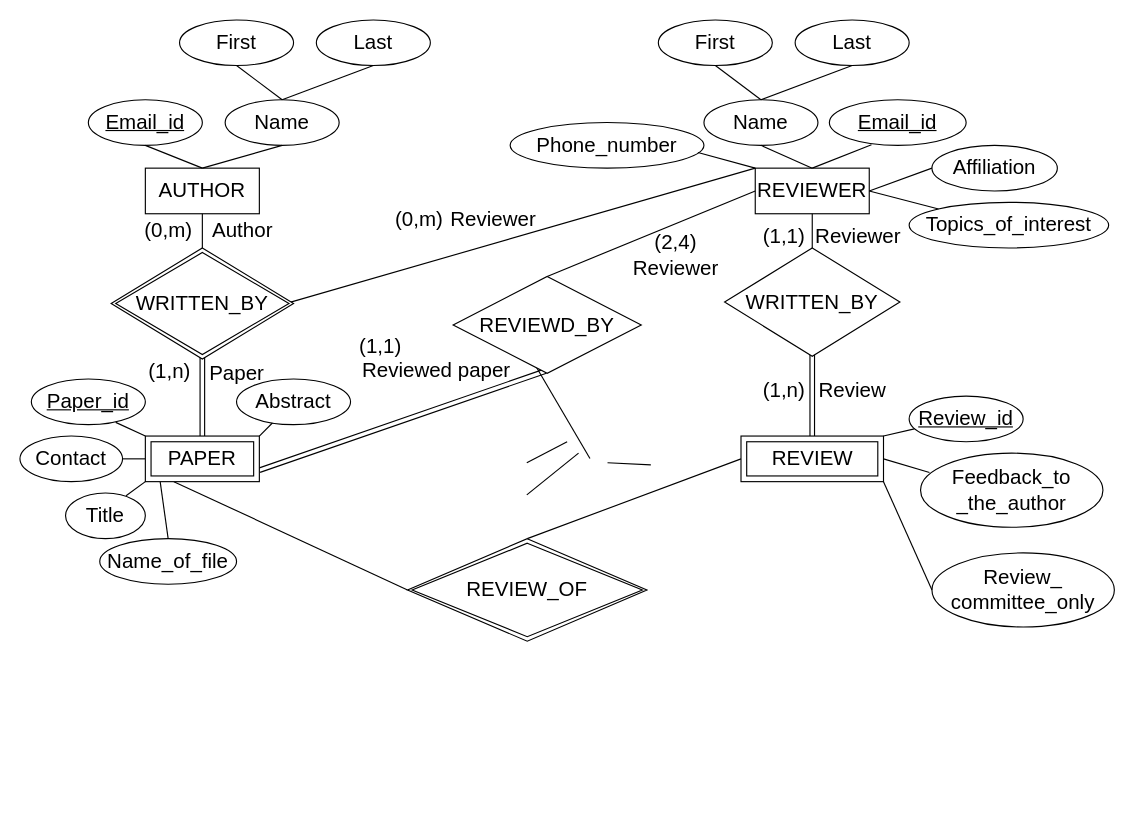
This is Untitled Diagram.drawio from BENHAN94/CONFERENCE_REVIEW, a draw.io file, before an edit. Source tidied: cells renumbered, new cells numbered last; positions are measured from the earlier drawing's top-left corner, leaving out a move shared by most shapes. Both pictures are drawn from the tidied source at 114%, with x=0, y=0 at pixel (19, 19).
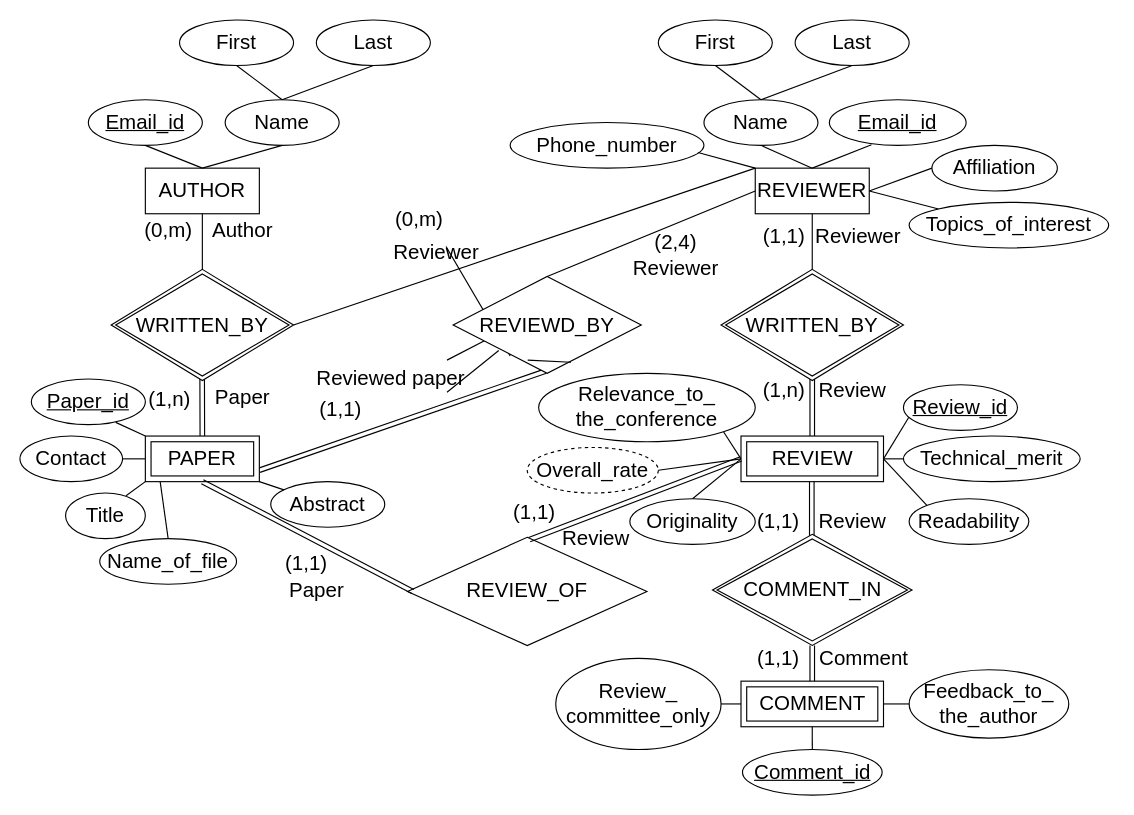
The same diagram, later.

Unchanged cells that the change refers to:
```xml
<mxCell id="2" value="AUTHOR" style="whiteSpace=wrap;html=1;align=center;rounded=0;glass=0;sketch=0;gradientColor=none;fontSize=18;" parent="1" vertex="1">
  <mxGeometry x="110" y="130" width="100" height="40" as="geometry" />
</mxCell>
<mxCell id="27" value="REVIEWER" style="whiteSpace=wrap;html=1;align=center;rounded=0;glass=0;sketch=0;gradientColor=none;fontSize=18;" parent="1" vertex="1">
  <mxGeometry x="645" y="130" width="100" height="40" as="geometry" />
</mxCell>
<mxCell id="52" value="REVIEW" style="shape=ext;margin=3;double=1;whiteSpace=wrap;html=1;align=center;rounded=0;glass=0;sketch=0;gradientColor=none;fontSize=18;" parent="1" vertex="1">
  <mxGeometry x="632.5" y="365" width="125" height="40" as="geometry" />
</mxCell>
<mxCell id="73" value="PAPER" style="shape=ext;margin=3;double=1;whiteSpace=wrap;html=1;align=center;rounded=0;glass=0;sketch=0;gradientColor=none;fontSize=18;" parent="1" vertex="1">
  <mxGeometry x="110" y="365" width="100" height="40" as="geometry" />
</mxCell>
```

The edit, as a diff of the source:
```diff
@@
     <mxCell id="15" value="Abstract" style="ellipse;whiteSpace=wrap;html=1;align=center;rounded=0;glass=0;sketch=0;gradientColor=none;fontSize=18;" parent="1" vertex="1">
-      <mxGeometry x="190" y="315" width="100" height="40" as="geometry" />
+      <mxGeometry x="220" y="405" width="100" height="40" as="geometry" />
     </mxCell>
@@
-    <mxCell id="18" style="endArrow=none;html=1;fontSize=18;exitX=1;exitY=0;exitDx=0;exitDy=0;" parent="1" edge="1" target="15">
-      <mxGeometry relative="1" as="geometry">
-        <mxPoint x="210" y="365" as="sourcePoint" />
-      </mxGeometry>
+    <mxCell id="18" style="endArrow=none;html=1;fontSize=18;exitX=1;exitY=1;exitDx=0;exitDy=0;" parent="1" edge="1" source="73" target="15">
+      <mxGeometry relative="1" as="geometry" />
     </mxCell>
-    <mxCell id="19" style="shape=link;html=1;rounded=0;fontSize=18;exitX=0.5;exitY=0;exitDx=0;exitDy=0;entryX=0.5;entryY=1;entryDx=0;entryDy=0;" parent="1" edge="1">
+    <mxCell id="19" style="shape=link;html=1;rounded=0;fontSize=18;exitX=0.5;exitY=0;exitDx=0;exitDy=0;entryX=0.499;entryY=0.983;entryDx=0;entryDy=0;entryPerimeter=0;" parent="1" edge="1" target="74">
       <mxGeometry relative="1" as="geometry">
         <mxPoint x="160" y="365" as="sourcePoint" />
-        <mxPoint x="160" y="292.5" as="targetPoint" />
       </mxGeometry>
     </mxCell>
     <mxCell id="20" value="&lt;font size=&quot;4&quot;&gt;(1,n)&lt;/font&gt;" style="html=1;align=right;verticalAlign=bottom;" parent="19" vertex="1">
       <mxGeometry x="1" relative="1" as="geometry">
-        <mxPoint x="-10" y="30" as="offset" />
+        <mxPoint x="-10" y="31.2" as="offset" />
       </mxGeometry>
     </mxCell>
-    <mxCell id="21" style="endArrow=none;html=1;fontSize=18;entryX=0.5;entryY=0;entryDx=0;entryDy=0;exitX=0.5;exitY=1;exitDx=0;exitDy=0;" parent="1" edge="1" source="2">
-      <mxGeometry relative="1" as="geometry">
-        <mxPoint x="160" y="202.5" as="targetPoint" />
-      </mxGeometry>
+    <mxCell id="21" style="endArrow=none;html=1;fontSize=18;entryX=0.5;entryY=0;entryDx=0;entryDy=0;exitX=0.5;exitY=1;exitDx=0;exitDy=0;" parent="1" edge="1" source="2" target="74">
+      <mxGeometry relative="1" as="geometry" />
     </mxCell>
@@
     <mxCell id="24" value="Paper" style="text;html=1;align=center;verticalAlign=middle;fontSize=18;" parent="1" vertex="1">
-      <mxGeometry x="160" y="295" width="60" height="30" as="geometry" />
+      <mxGeometry x="165" y="316.2" width="60" height="30" as="geometry" />
     </mxCell>
@@
     <mxCell id="42" value="&lt;font size=&quot;4&quot;&gt;(1,1)&lt;/font&gt;" style="html=1;align=right;verticalAlign=bottom;" parent="1" vertex="1">
-      <mxGeometry x="335" y="300" as="geometry" />
+      <mxGeometry x="300" y="355" as="geometry" />
     </mxCell>
     <mxCell id="43" value="Reviewed paper" style="text;html=1;align=center;verticalAlign=middle;fontSize=18;" parent="1" vertex="1">
-      <mxGeometry x="290" y="292.5" width="150" height="30" as="geometry" />
+      <mxGeometry x="250" y="300" width="150" height="30" as="geometry" />
     </mxCell>
@@
     <mxCell id="47" style="endArrow=none;html=1;fontSize=18;exitX=0.522;exitY=1.012;exitDx=0;exitDy=0;entryX=0.7;entryY=0.054;entryDx=0;entryDy=0;entryPerimeter=0;exitPerimeter=0;" parent="1" edge="1">
       <mxGeometry relative="1" as="geometry">
-        <mxPoint x="443.8" y="288.8" as="sourcePoint" />
-        <mxPoint x="500" y="384.7" as="targetPoint" />
+        <mxPoint x="373.8" y="198.8" as="sourcePoint" />
+        <mxPoint x="430" y="294.7" as="targetPoint" />
       </mxGeometry>
     </mxCell>
     <mxCell id="48" style="endArrow=none;html=1;fontSize=18;entryX=0.614;entryY=1;entryDx=0;entryDy=0;entryPerimeter=0;exitX=0;exitY=0;exitDx=0;exitDy=0;" parent="1" edge="1">
       <mxGeometry relative="1" as="geometry">
-        <mxPoint x="444.6" y="388.4" as="sourcePoint" />
-        <mxPoint x="480" y="370" as="targetPoint" />
+        <mxPoint x="374.6" y="298.4" as="sourcePoint" />
+        <mxPoint x="410" y="280" as="targetPoint" />
       </mxGeometry>
     </mxCell>
     <mxCell id="49" style="endArrow=none;html=1;fontSize=18;entryX=0.5;entryY=0;entryDx=0;entryDy=0;exitX=0;exitY=1;exitDx=0;exitDy=0;" parent="1" edge="1">
       <mxGeometry relative="1" as="geometry">
-        <mxPoint x="444.6" y="416.6" as="sourcePoint" />
-        <mxPoint x="490" y="380" as="targetPoint" />
+        <mxPoint x="374.6" y="326.6" as="sourcePoint" />
+        <mxPoint x="420" y="290" as="targetPoint" />
       </mxGeometry>
     </mxCell>
@@
     <mxCell id="51" style="endArrow=none;html=1;fontSize=18;entryX=1;entryY=0;entryDx=0;entryDy=0;exitX=0.07;exitY=0.743;exitDx=0;exitDy=0;exitPerimeter=0;" parent="1" edge="1">
       <mxGeometry relative="1" as="geometry">
-        <mxPoint x="553.4" y="390.3" as="sourcePoint" />
-        <mxPoint x="515.4" y="388.4" as="targetPoint" />
+        <mxPoint x="483.4" y="300.3" as="sourcePoint" />
+        <mxPoint x="445.4" y="298.4" as="targetPoint" />
       </mxGeometry>
     </mxCell>
@@
-    <mxCell id="53" style="endArrow=none;html=1;fontSize=18;entryX=0.5;entryY=0;entryDx=0;entryDy=0;exitX=0.5;exitY=1;exitDx=0;exitDy=0;" parent="1" edge="1" source="27" target="72">
+    <mxCell id="53" style="endArrow=none;html=1;fontSize=18;exitX=0.5;exitY=1;exitDx=0;exitDy=0;" parent="1" edge="1" source="27" target="72">
       <mxGeometry relative="1" as="geometry" />
     </mxCell>
@@
-    <mxCell id="59" value="Review_&lt;br&gt;committee_only" style="ellipse;whiteSpace=wrap;html=1;align=center;rounded=0;glass=0;sketch=0;gradientColor=none;fontSize=18;" parent="1" vertex="1">
-      <mxGeometry x="800" y="467.5" width="160" height="65" as="geometry" />
-    </mxCell>
-    <mxCell id="60" value="Feedback_to&lt;br&gt;_the_author" style="ellipse;whiteSpace=wrap;html=1;align=center;rounded=0;glass=0;sketch=0;gradientColor=none;fontSize=18;" parent="1" vertex="1">
-      <mxGeometry x="790" y="380" width="160" height="65" as="geometry" />
-    </mxCell>
-    <mxCell id="61" style="endArrow=none;html=1;fontSize=18;entryX=0;entryY=0.5;entryDx=0;entryDy=0;exitX=1;exitY=1;exitDx=0;exitDy=0;" parent="1" edge="1" source="52" target="59">
-      <mxGeometry relative="1" as="geometry" />
-    </mxCell>
-    <mxCell id="62" style="endArrow=none;html=1;fontSize=18;entryX=0.049;entryY=0.262;entryDx=0;entryDy=0;exitX=1;exitY=0.5;exitDx=0;exitDy=0;entryPerimeter=0;" parent="1" edge="1" source="52" target="60">
-      <mxGeometry relative="1" as="geometry" />
-    </mxCell>
-    <mxCell id="63" value="REVIEW_OF" style="shape=rhombus;double=1;perimeter=rhombusPerimeter;whiteSpace=wrap;html=1;align=center;rounded=0;glass=0;sketch=0;gradientColor=none;fontSize=18;" parent="1" vertex="1">
-      <mxGeometry x="340" y="455" width="210" height="90" as="geometry" />
-    </mxCell>
-    <mxCell id="64" style="endArrow=none;html=1;fontSize=18;entryX=0;entryY=0.5;entryDx=0;entryDy=0;exitX=0.25;exitY=1;exitDx=0;exitDy=0;" parent="1" edge="1" target="63">
-      <mxGeometry relative="1" as="geometry">
-        <mxPoint x="135" y="405" as="sourcePoint" />
-      </mxGeometry>
-    </mxCell>
-    <mxCell id="65" style="endArrow=none;html=1;fontSize=18;entryX=0;entryY=0.5;entryDx=0;entryDy=0;exitX=0.5;exitY=0;exitDx=0;exitDy=0;" parent="1" edge="1" source="63" target="52">
-      <mxGeometry relative="1" as="geometry" />
-    </mxCell>
     <mxCell id="66" value="&lt;u&gt;Review_id&lt;/u&gt;" style="ellipse;whiteSpace=wrap;html=1;align=center;rounded=0;glass=0;sketch=0;gradientColor=none;fontSize=18;" parent="1" vertex="1">
-      <mxGeometry x="780" y="330" width="100" height="40" as="geometry" />
+      <mxGeometry x="775" y="320" width="100" height="40" as="geometry" />
     </mxCell>
-    <mxCell id="67" style="endArrow=none;html=1;fontSize=18;entryX=1;entryY=0;entryDx=0;entryDy=0;exitX=0.046;exitY=0.717;exitDx=0;exitDy=0;exitPerimeter=0;" parent="1" edge="1" source="66" target="52">
+    <mxCell id="67" style="endArrow=none;html=1;fontSize=18;entryX=1;entryY=0.5;entryDx=0;entryDy=0;exitX=0.046;exitY=0.717;exitDx=0;exitDy=0;exitPerimeter=0;" parent="1" edge="1" source="66" target="52">
       <mxGeometry relative="1" as="geometry" />
     </mxCell>
@@
-    <mxCell id="69" style="endArrow=none;html=1;fontSize=18;exitX=1;exitY=0.5;exitDx=0;exitDy=0;entryX=0;entryY=0;entryDx=0;entryDy=0;" parent="1" edge="1" target="27">
-      <mxGeometry relative="1" as="geometry">
-        <mxPoint x="237.5" y="247.5" as="sourcePoint" />
-      </mxGeometry>
+    <mxCell id="69" style="endArrow=none;html=1;fontSize=18;exitX=1;exitY=0.5;exitDx=0;exitDy=0;entryX=0;entryY=0;entryDx=0;entryDy=0;" parent="1" edge="1" source="74" target="27">
+      <mxGeometry relative="1" as="geometry" />
     </mxCell>
@@
     <mxCell id="71" value="Reviewer" style="text;html=1;align=center;verticalAlign=middle;fontSize=18;" parent="1" vertex="1">
-      <mxGeometry x="370" y="160" width="90" height="30" as="geometry" />
+      <mxGeometry x="320" y="188.8" width="90" height="30" as="geometry" />
     </mxCell>
-    <mxCell id="72" value="WRITTEN_BY" style="shape=rhombus;perimeter=rhombusPerimeter;whiteSpace=wrap;html=1;align=center;rounded=0;glass=0;sketch=0;gradientColor=none;fontSize=18;" parent="1" vertex="1">
-      <mxGeometry x="618.1" y="200" width="153.8" height="95" as="geometry" />
-    </mxCell>
@@
     <mxCell id="74" value="WRITTEN_BY" style="shape=rhombus;double=1;perimeter=rhombusPerimeter;whiteSpace=wrap;html=1;align=center;rounded=0;glass=0;sketch=0;gradientColor=none;fontSize=18;" parent="1" vertex="1">
-      <mxGeometry x="80" y="200" width="160" height="97.5" as="geometry" />
+      <mxGeometry x="80" y="218.8" width="160" height="97.5" as="geometry" />
     </mxCell>
+    <mxCell id="72" value="WRITTEN_BY" style="shape=rhombus;double=1;perimeter=rhombusPerimeter;whiteSpace=wrap;html=1;align=center;rounded=0;glass=0;sketch=0;gradientColor=none;fontSize=18;" parent="1" vertex="1">
+      <mxGeometry x="615" y="218.8" width="160" height="97.5" as="geometry" />
+    </mxCell>
+    <mxCell id="75" value="Technical_merit" style="ellipse;whiteSpace=wrap;html=1;align=center;rounded=0;glass=0;sketch=0;gradientColor=none;fontSize=18;" parent="1" vertex="1">
+      <mxGeometry x="775" y="365" width="155" height="40" as="geometry" />
+    </mxCell>
+    <mxCell id="76" value="Readability" style="ellipse;whiteSpace=wrap;html=1;align=center;rounded=0;glass=0;sketch=0;gradientColor=none;fontSize=18;" parent="1" vertex="1">
+      <mxGeometry x="780" y="420" width="105" height="40" as="geometry" />
+    </mxCell>
+    <mxCell id="77" value="Originality" style="ellipse;whiteSpace=wrap;html=1;align=center;rounded=0;glass=0;sketch=0;gradientColor=none;fontSize=18;" parent="1" vertex="1">
+      <mxGeometry x="535" y="420" width="110" height="40" as="geometry" />
+    </mxCell>
+    <mxCell id="78" value="Relevance_to_&lt;br&gt;the_conference" style="ellipse;whiteSpace=wrap;html=1;align=center;rounded=0;glass=0;sketch=0;gradientColor=none;fontSize=18;" parent="1" vertex="1">
+      <mxGeometry x="455" y="310" width="190" height="60" as="geometry" />
+    </mxCell>
+    <mxCell id="79" style="endArrow=none;html=1;fontSize=18;entryX=1;entryY=0.5;entryDx=0;entryDy=0;exitX=0;exitY=0.5;exitDx=0;exitDy=0;" parent="1" edge="1" source="75" target="52">
+      <mxGeometry relative="1" as="geometry" />
+    </mxCell>
+    <mxCell id="80" style="endArrow=none;html=1;fontSize=18;entryX=1;entryY=0.5;entryDx=0;entryDy=0;exitX=0;exitY=0;exitDx=0;exitDy=0;" parent="1" edge="1" source="76" target="52">
+      <mxGeometry relative="1" as="geometry" />
+    </mxCell>
+    <mxCell id="81" style="endArrow=none;html=1;fontSize=18;entryX=0.5;entryY=0;entryDx=0;entryDy=0;exitX=0;exitY=0.5;exitDx=0;exitDy=0;" parent="1" edge="1" source="52" target="77">
+      <mxGeometry relative="1" as="geometry" />
+    </mxCell>
+    <mxCell id="82" style="endArrow=none;html=1;fontSize=18;entryX=1;entryY=1;entryDx=0;entryDy=0;exitX=0;exitY=0.5;exitDx=0;exitDy=0;" parent="1" edge="1" source="52" target="78">
+      <mxGeometry relative="1" as="geometry" />
+    </mxCell>
+    <mxCell id="83" value="COMMENT" style="shape=ext;margin=3;double=1;whiteSpace=wrap;html=1;align=center;rounded=0;glass=0;sketch=0;gradientColor=none;fontSize=18;" parent="1" vertex="1">
+      <mxGeometry x="632.5" y="580" width="125" height="40" as="geometry" />
+    </mxCell>
+    <mxCell id="84" style="shape=link;html=1;rounded=0;fontSize=18;exitX=0.5;exitY=0;exitDx=0;exitDy=0;entryX=0.5;entryY=1;entryDx=0;entryDy=0;" parent="1" edge="1">
+      <mxGeometry relative="1" as="geometry">
+        <mxPoint x="694.6" y="480" as="sourcePoint" />
+        <mxPoint x="694.6" y="405" as="targetPoint" />
+      </mxGeometry>
+    </mxCell>
+    <mxCell id="85" value="Feedback_to_&lt;br&gt;the_author" style="ellipse;whiteSpace=wrap;html=1;align=center;rounded=0;glass=0;sketch=0;gradientColor=none;fontSize=18;" parent="1" vertex="1">
+      <mxGeometry x="780" y="570" width="140" height="60" as="geometry" />
+    </mxCell>
+    <mxCell id="59" value="Review_&lt;br&gt;committee_only" style="ellipse;whiteSpace=wrap;html=1;align=center;rounded=0;glass=0;sketch=0;gradientColor=none;fontSize=18;" parent="1" vertex="1">
+      <mxGeometry x="470" y="560" width="145" height="80" as="geometry" />
+    </mxCell>
+    <mxCell id="86" style="endArrow=none;html=1;fontSize=18;entryX=1;entryY=0.5;entryDx=0;entryDy=0;exitX=0;exitY=0.5;exitDx=0;exitDy=0;" parent="1" edge="1" source="85" target="83">
+      <mxGeometry relative="1" as="geometry" />
+    </mxCell>
+    <mxCell id="87" style="endArrow=none;html=1;fontSize=18;entryX=0;entryY=0.5;entryDx=0;entryDy=0;exitX=1;exitY=0.5;exitDx=0;exitDy=0;" parent="1" edge="1" source="59" target="83">
+      <mxGeometry relative="1" as="geometry" />
+    </mxCell>
+    <mxCell id="88" value="(1,1)" style="text;html=1;align=center;verticalAlign=middle;fontSize=18;" parent="1" vertex="1">
+      <mxGeometry x="640" y="425" width="50" height="30" as="geometry" />
+    </mxCell>
+    <mxCell id="89" value="COMMENT_IN" style="shape=rhombus;double=1;perimeter=rhombusPerimeter;whiteSpace=wrap;html=1;align=center;rounded=0;glass=0;sketch=0;gradientColor=none;fontSize=18;" parent="1" vertex="1">
+      <mxGeometry x="607.5" y="451.2" width="175" height="97.5" as="geometry" />
+    </mxCell>
+    <mxCell id="90" style="shape=link;html=1;rounded=0;fontSize=18;exitX=0.5;exitY=0;exitDx=0;exitDy=0;entryX=0.5;entryY=1;entryDx=0;entryDy=0;" parent="1" edge="1" source="83">
+      <mxGeometry relative="1" as="geometry">
+        <mxPoint x="695" y="548.8" as="targetPoint" />
+      </mxGeometry>
+    </mxCell>
+    <mxCell id="91" value="(1,1)" style="text;html=1;align=center;verticalAlign=middle;fontSize=18;" parent="1" vertex="1">
+      <mxGeometry x="640" y="545" width="50" height="30" as="geometry" />
+    </mxCell>
+    <mxCell id="92" value="Review" style="text;html=1;align=center;verticalAlign=middle;fontSize=18;" parent="1" vertex="1">
+      <mxGeometry x="695" y="425" width="70" height="30" as="geometry" />
+    </mxCell>
+    <mxCell id="93" value="Comment" style="text;html=1;align=center;verticalAlign=middle;fontSize=18;" parent="1" vertex="1">
+      <mxGeometry x="695" y="545" width="90" height="30" as="geometry" />
+    </mxCell>
+    <mxCell id="63" value="REVIEW_OF" style="shape=rhombus;perimeter=rhombusPerimeter;whiteSpace=wrap;html=1;align=center;rounded=0;glass=0;sketch=0;gradientColor=none;fontSize=18;" parent="1" vertex="1">
+      <mxGeometry x="340" y="453.8" width="210" height="95" as="geometry" />
+    </mxCell>
+    <mxCell id="94" value="Overall_rate" style="ellipse;whiteSpace=wrap;html=1;align=center;dashed=1;rounded=0;glass=0;sketch=0;gradientColor=none;fontSize=18;" parent="1" vertex="1">
+      <mxGeometry x="445" y="375" width="115" height="40" as="geometry" />
+    </mxCell>
+    <mxCell id="95" style="endArrow=none;html=1;fontSize=18;entryX=1;entryY=0.5;entryDx=0;entryDy=0;exitX=0;exitY=0.5;exitDx=0;exitDy=0;" parent="1" edge="1" source="52" target="94">
+      <mxGeometry relative="1" as="geometry" />
+    </mxCell>
+    <mxCell id="96" value="&lt;u&gt;Comment_id&lt;/u&gt;" style="ellipse;whiteSpace=wrap;html=1;align=center;rounded=0;glass=0;sketch=0;gradientColor=none;fontSize=18;" parent="1" vertex="1">
+      <mxGeometry x="633.8" y="640" width="122.5" height="40" as="geometry" />
+    </mxCell>
+    <mxCell id="97" style="endArrow=none;html=1;fontSize=18;entryX=0.5;entryY=1;entryDx=0;entryDy=0;exitX=0.5;exitY=0;exitDx=0;exitDy=0;" parent="1" edge="1" source="96" target="83">
+      <mxGeometry relative="1" as="geometry" />
+    </mxCell>
+    <mxCell id="98" value="&lt;font size=&quot;4&quot;&gt;(1,1)&lt;/font&gt;" style="html=1;align=right;verticalAlign=bottom;" parent="1" vertex="1">
+      <mxGeometry x="270" y="490" as="geometry" />
+    </mxCell>
+    <mxCell id="99" value="&lt;font size=&quot;4&quot;&gt;(1,1)&lt;/font&gt;" style="html=1;align=right;verticalAlign=bottom;" parent="1" vertex="1">
+      <mxGeometry x="470" y="445" as="geometry" />
+    </mxCell>
+    <mxCell id="100" value="Review" style="text;html=1;align=center;verticalAlign=middle;fontSize=18;" parent="1" vertex="1">
+      <mxGeometry x="470" y="440" width="70" height="30" as="geometry" />
+    </mxCell>
+    <mxCell id="101" value="Paper" style="text;html=1;align=center;verticalAlign=middle;fontSize=18;" parent="1" vertex="1">
+      <mxGeometry x="230" y="486.2" width="60" height="30" as="geometry" />
+    </mxCell>
+    <mxCell id="102" style="shape=link;html=1;rounded=0;fontSize=18;entryX=0.022;entryY=0.5;entryDx=0;entryDy=0;entryPerimeter=0;verticalAlign=middle;exitX=0.5;exitY=1;exitDx=0;exitDy=0;" parent="1" edge="1" source="73" target="63">
+      <mxGeometry relative="1" as="geometry" />
+    </mxCell>
+    <mxCell id="65" style="shape=link;html=1;rounded=0;fontSize=18;entryX=0;entryY=0.5;entryDx=0;entryDy=0;verticalAlign=middle;exitX=0.509;exitY=0.022;exitDx=0;exitDy=0;exitPerimeter=0;" parent="1" edge="1" source="63" target="52">
+      <mxGeometry relative="1" as="geometry" />
+    </mxCell>
```
